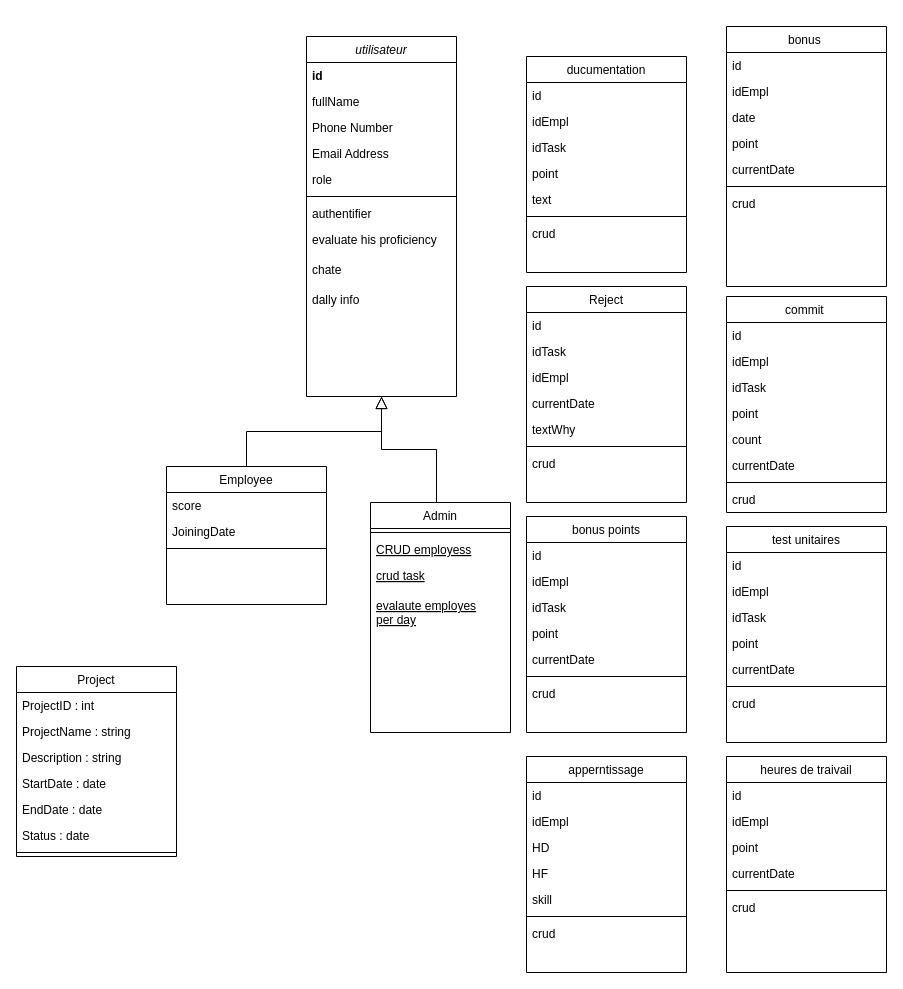
Neamitest/ex keeps this draw.io diagram as Diagramme sans nom.drawio. Above is the earlier version. Source tidied: cells renumbered, new cells numbered last; positions are measured from the earlier drawing's top-left corner, leaving out a move shared by most shapes. Both pictures are drawn from the tidied source at 100%, with x=0, y=0 at pixel (16, 26).
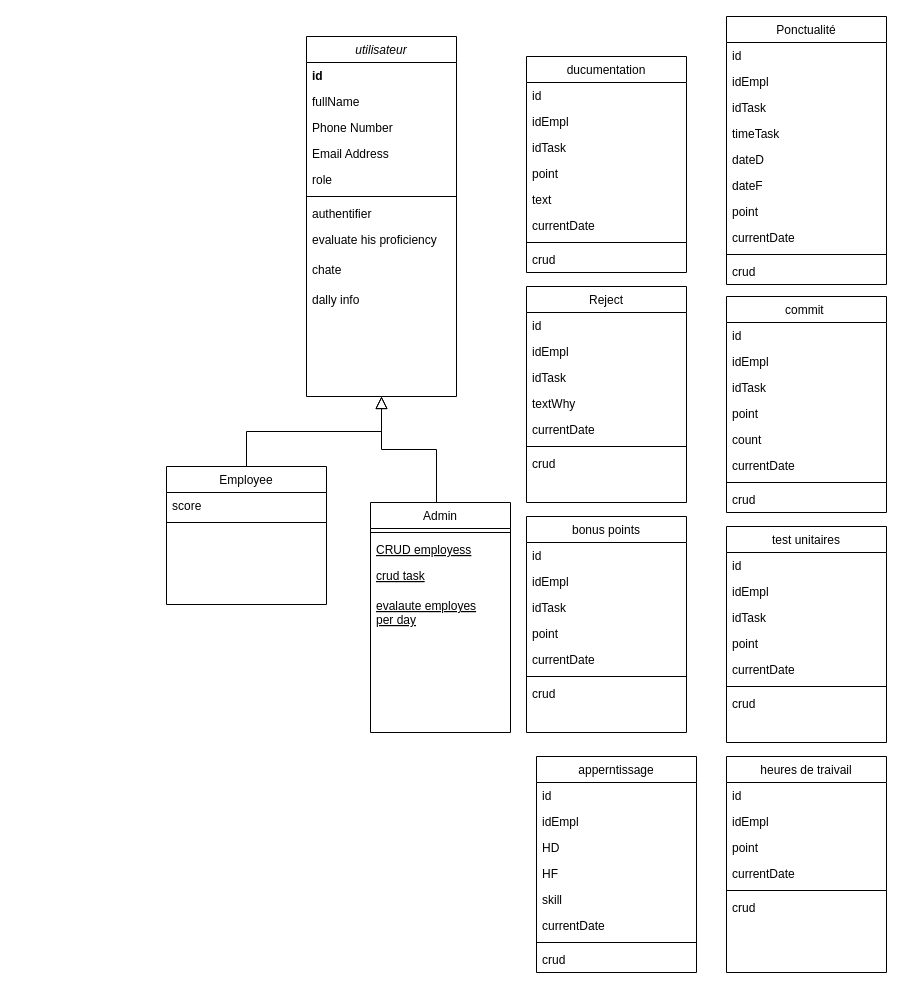
After the change.

Commit message:
Mettre à jour Diagramme sans nom.drawio

Unchanged cells that the change refers to:
```xml
<mxCell id="13" value="Employee" style="swimlane;fontStyle=0;align=center;verticalAlign=top;horizontal=1;startSize=26;rounded=0;shadow=0;strokeWidth=1;" parent="1" vertex="1">
  <mxGeometry x="150" y="440" width="160" height="138" as="geometry" />
</mxCell>
<mxCell id="24" value="ducumentation" style="swimlane;fontStyle=0;align=center;verticalAlign=top;horizontal=1;startSize=26;rounded=0;shadow=0;strokeWidth=1;" parent="1" vertex="1">
  <mxGeometry x="510" y="30" width="160" height="216" as="geometry" />
</mxCell>
<mxCell id="49" value="Reject" style="swimlane;fontStyle=0;align=center;verticalAlign=top;horizontal=1;startSize=26;rounded=0;shadow=0;strokeWidth=1;" parent="1" vertex="1">
  <mxGeometry x="510" y="260" width="160" height="216" as="geometry" />
</mxCell>
```

Change to the diagram source:
```diff
@@
-    <mxCell id="15" value="JoiningDate" style="text;align=left;verticalAlign=top;spacingLeft=4;spacingRight=4;overflow=hidden;" parent="13" vertex="1">
-      <mxGeometry y="52" width="160" height="26" as="geometry" />
-    </mxCell>
     <mxCell id="16" style="line;html=1;strokeWidth=1;align=left;verticalAlign=middle;spacingTop=-1;spacingLeft=3;spacingRight=3;labelPosition=right;" parent="13" vertex="1">
-      <mxGeometry y="78" width="160" height="8" as="geometry" />
+      <mxGeometry y="52" width="160" height="8" as="geometry" />
     </mxCell>
@@
+    <mxCell id="96" value="currentDate" style="text;align=left;verticalAlign=top;spacingLeft=4;spacingRight=4;overflow=hidden;rounded=0;shadow=0;html=0;" parent="24" vertex="1">
+      <mxGeometry y="156" width="160" height="26" as="geometry" />
+    </mxCell>
     <mxCell id="30" style="line;html=1;strokeWidth=1;align=left;verticalAlign=middle;spacingTop=-1;spacingLeft=3;spacingRight=3;labelPosition=right;" parent="24" vertex="1">
-      <mxGeometry y="156" width="160" height="8" as="geometry" />
+      <mxGeometry y="182" width="160" height="8" as="geometry" />
     </mxCell>
     <mxCell id="31" value="crud" style="text;align=left;verticalAlign=top;spacingLeft=4;spacingRight=4;overflow=hidden;" parent="24" vertex="1">
-      <mxGeometry y="164" width="160" height="26" as="geometry" />
+      <mxGeometry y="190" width="160" height="26" as="geometry" />
     </mxCell>
@@
+    <mxCell id="52" value="idEmpl" style="text;align=left;verticalAlign=top;spacingLeft=4;spacingRight=4;overflow=hidden;rounded=0;shadow=0;html=0;" parent="49" vertex="1">
+      <mxGeometry y="52" width="160" height="26" as="geometry" />
+    </mxCell>
     <mxCell id="51" value="idTask" style="text;align=left;verticalAlign=top;spacingLeft=4;spacingRight=4;overflow=hidden;rounded=0;shadow=0;html=0;" parent="49" vertex="1">
-      <mxGeometry y="52" width="160" height="26" as="geometry" />
+      <mxGeometry y="78" width="160" height="26" as="geometry" />
     </mxCell>
-    <mxCell id="52" value="idEmpl" style="text;align=left;verticalAlign=top;spacingLeft=4;spacingRight=4;overflow=hidden;rounded=0;shadow=0;html=0;" parent="49" vertex="1">
-      <mxGeometry y="78" width="160" height="26" as="geometry" />
-    </mxCell>
+    <mxCell id="54" value="textWhy" style="text;align=left;verticalAlign=top;spacingLeft=4;spacingRight=4;overflow=hidden;rounded=0;shadow=0;html=0;" parent="49" vertex="1">
+      <mxGeometry y="104" width="160" height="26" as="geometry" />
+    </mxCell>
     <mxCell id="53" value="currentDate" style="text;align=left;verticalAlign=top;spacingLeft=4;spacingRight=4;overflow=hidden;rounded=0;shadow=0;html=0;" parent="49" vertex="1">
-      <mxGeometry y="104" width="160" height="26" as="geometry" />
+      <mxGeometry y="130" width="160" height="26" as="geometry" />
     </mxCell>
-    <mxCell id="54" value="textWhy" style="text;align=left;verticalAlign=top;spacingLeft=4;spacingRight=4;overflow=hidden;rounded=0;shadow=0;html=0;" parent="49" vertex="1">
-      <mxGeometry y="130" width="160" height="26" as="geometry" />
-    </mxCell>
@@
     <mxCell id="57" value="apperntissage" style="swimlane;fontStyle=0;align=center;verticalAlign=top;horizontal=1;startSize=26;rounded=0;shadow=0;strokeWidth=1;" parent="1" vertex="1">
-      <mxGeometry x="510" y="730" width="160" height="216" as="geometry" />
+      <mxGeometry x="520" y="730" width="160" height="216" as="geometry" />
     </mxCell>
@@
+    <mxCell id="97" value="currentDate" style="text;align=left;verticalAlign=top;spacingLeft=4;spacingRight=4;overflow=hidden;rounded=0;shadow=0;html=0;" parent="57" vertex="1">
+      <mxGeometry y="156" width="160" height="26" as="geometry" />
+    </mxCell>
     <mxCell id="63" style="line;html=1;strokeWidth=1;align=left;verticalAlign=middle;spacingTop=-1;spacingLeft=3;spacingRight=3;labelPosition=right;" parent="57" vertex="1">
-      <mxGeometry y="156" width="160" height="8" as="geometry" />
+      <mxGeometry y="182" width="160" height="8" as="geometry" />
     </mxCell>
     <mxCell id="64" value="crud" style="text;align=left;verticalAlign=top;spacingLeft=4;spacingRight=4;overflow=hidden;" parent="57" vertex="1">
-      <mxGeometry y="164" width="160" height="26" as="geometry" />
+      <mxGeometry y="190" width="160" height="26" as="geometry" />
     </mxCell>
@@
-    <mxCell id="80" value="bonus " style="swimlane;fontStyle=0;align=center;verticalAlign=top;horizontal=1;startSize=26;rounded=0;shadow=0;strokeWidth=1;" parent="1" vertex="1">
-      <mxGeometry x="710" width="160" height="260" as="geometry" />
-    </mxCell>
+    <mxCell id="98" value="Ponctualité" style="swimlane;fontStyle=0;align=center;verticalAlign=top;horizontal=1;startSize=26;rounded=0;shadow=0;strokeWidth=1;" parent="1" vertex="1">
+      <mxGeometry x="710" y="-10" width="160" height="268" as="geometry" />
+    </mxCell>
-    <mxCell id="81" value="id" style="text;align=left;verticalAlign=top;spacingLeft=4;spacingRight=4;overflow=hidden;" parent="80" vertex="1">
+    <mxCell id="81" value="id" style="text;align=left;verticalAlign=top;spacingLeft=4;spacingRight=4;overflow=hidden;" parent="98" vertex="1">
       <mxGeometry y="26" width="160" height="26" as="geometry" />
     </mxCell>
-    <mxCell id="82" value="idEmpl" style="text;align=left;verticalAlign=top;spacingLeft=4;spacingRight=4;overflow=hidden;rounded=0;shadow=0;html=0;" parent="80" vertex="1">
+    <mxCell id="82" value="idEmpl" style="text;align=left;verticalAlign=top;spacingLeft=4;spacingRight=4;overflow=hidden;rounded=0;shadow=0;html=0;" parent="98" vertex="1">
       <mxGeometry y="52" width="160" height="26" as="geometry" />
     </mxCell>
-    <mxCell id="83" value="date" style="text;align=left;verticalAlign=top;spacingLeft=4;spacingRight=4;overflow=hidden;rounded=0;shadow=0;html=0;" parent="80" vertex="1">
-      <mxGeometry y="78" width="160" height="26" as="geometry" />
-    </mxCell>
+    <mxCell id="99" value="idTask" style="text;align=left;verticalAlign=top;spacingLeft=4;spacingRight=4;overflow=hidden;rounded=0;shadow=0;html=0;" parent="98" vertex="1">
+      <mxGeometry y="78" width="160" height="26" as="geometry" />
+    </mxCell>
+    <mxCell id="100" value="timeTask" style="text;align=left;verticalAlign=top;spacingLeft=4;spacingRight=4;overflow=hidden;rounded=0;shadow=0;html=0;" parent="98" vertex="1">
+      <mxGeometry y="104" width="160" height="26" as="geometry" />
+    </mxCell>
+    <mxCell id="101" value="dateD" style="text;align=left;verticalAlign=top;spacingLeft=4;spacingRight=4;overflow=hidden;rounded=0;shadow=0;html=0;" parent="98" vertex="1">
+      <mxGeometry y="130" width="160" height="26" as="geometry" />
+    </mxCell>
+    <mxCell id="102" value="dateF" style="text;align=left;verticalAlign=top;spacingLeft=4;spacingRight=4;overflow=hidden;rounded=0;shadow=0;html=0;" parent="98" vertex="1">
+      <mxGeometry y="156" width="160" height="26" as="geometry" />
+    </mxCell>
-    <mxCell id="84" value="point" style="text;align=left;verticalAlign=top;spacingLeft=4;spacingRight=4;overflow=hidden;rounded=0;shadow=0;html=0;" parent="80" vertex="1">
-      <mxGeometry y="104" width="160" height="26" as="geometry" />
+    <mxCell id="84" value="point" style="text;align=left;verticalAlign=top;spacingLeft=4;spacingRight=4;overflow=hidden;rounded=0;shadow=0;html=0;" parent="98" vertex="1">
+      <mxGeometry y="182" width="160" height="26" as="geometry" />
     </mxCell>
-    <mxCell id="85" value="currentDate" style="text;align=left;verticalAlign=top;spacingLeft=4;spacingRight=4;overflow=hidden;rounded=0;shadow=0;html=0;" parent="80" vertex="1">
-      <mxGeometry y="130" width="160" height="26" as="geometry" />
-    </mxCell>
-    <mxCell id="86" style="line;html=1;strokeWidth=1;align=left;verticalAlign=middle;spacingTop=-1;spacingLeft=3;spacingRight=3;labelPosition=right;" parent="80" vertex="1">
-      <mxGeometry y="156" width="160" height="8" as="geometry" />
-    </mxCell>
+    <mxCell id="103" value="currentDate" style="text;align=left;verticalAlign=top;spacingLeft=4;spacingRight=4;overflow=hidden;rounded=0;shadow=0;html=0;" parent="98" vertex="1">
+      <mxGeometry y="208" width="160" height="26" as="geometry" />
+    </mxCell>
+    <mxCell id="104" style="line;html=1;strokeWidth=1;align=left;verticalAlign=middle;spacingTop=-1;spacingLeft=3;spacingRight=3;labelPosition=right;" parent="98" vertex="1">
+      <mxGeometry y="234" width="160" height="8" as="geometry" />
+    </mxCell>
-    <mxCell id="87" value="crud" style="text;align=left;verticalAlign=top;spacingLeft=4;spacingRight=4;overflow=hidden;" parent="80" vertex="1">
-      <mxGeometry y="164" width="160" height="26" as="geometry" />
+    <mxCell id="87" value="crud" style="text;align=left;verticalAlign=top;spacingLeft=4;spacingRight=4;overflow=hidden;" parent="98" vertex="1">
+      <mxGeometry y="242" width="160" height="26" as="geometry" />
     </mxCell>
-    <mxCell id="88" value="Project" style="swimlane;fontStyle=0;align=center;verticalAlign=top;horizontal=1;startSize=26;rounded=0;shadow=0;strokeWidth=1;" parent="1" vertex="1">
-      <mxGeometry y="640" width="160" height="190" as="geometry" />
-    </mxCell>
-    <mxCell id="89" value="ProjectID : int" style="text;align=left;verticalAlign=top;spacingLeft=4;spacingRight=4;overflow=hidden;" parent="88" vertex="1">
-      <mxGeometry y="26" width="160" height="26" as="geometry" />
-    </mxCell>
-    <mxCell id="90" value="ProjectName : string" style="text;align=left;verticalAlign=top;spacingLeft=4;spacingRight=4;overflow=hidden;" parent="88" vertex="1">
-      <mxGeometry y="52" width="160" height="26" as="geometry" />
-    </mxCell>
-    <mxCell id="91" value="Description : string" style="text;align=left;verticalAlign=top;spacingLeft=4;spacingRight=4;overflow=hidden;" parent="88" vertex="1">
-      <mxGeometry y="78" width="160" height="26" as="geometry" />
-    </mxCell>
-    <mxCell id="92" value="StartDate : date" style="text;align=left;verticalAlign=top;spacingLeft=4;spacingRight=4;overflow=hidden;" parent="88" vertex="1">
-      <mxGeometry y="104" width="160" height="26" as="geometry" />
-    </mxCell>
-    <mxCell id="93" value="EndDate : date" style="text;align=left;verticalAlign=top;spacingLeft=4;spacingRight=4;overflow=hidden;" parent="88" vertex="1">
-      <mxGeometry y="130" width="160" height="26" as="geometry" />
-    </mxCell>
-    <mxCell id="94" value="Status : date" style="text;align=left;verticalAlign=top;spacingLeft=4;spacingRight=4;overflow=hidden;" parent="88" vertex="1">
-      <mxGeometry y="156" width="160" height="26" as="geometry" />
-    </mxCell>
-    <mxCell id="95" style="line;html=1;strokeWidth=1;align=left;verticalAlign=middle;spacingTop=-1;spacingLeft=3;spacingRight=3;labelPosition=right;" parent="88" vertex="1">
-      <mxGeometry y="182" width="160" height="8" as="geometry" />
-    </mxCell>
```
